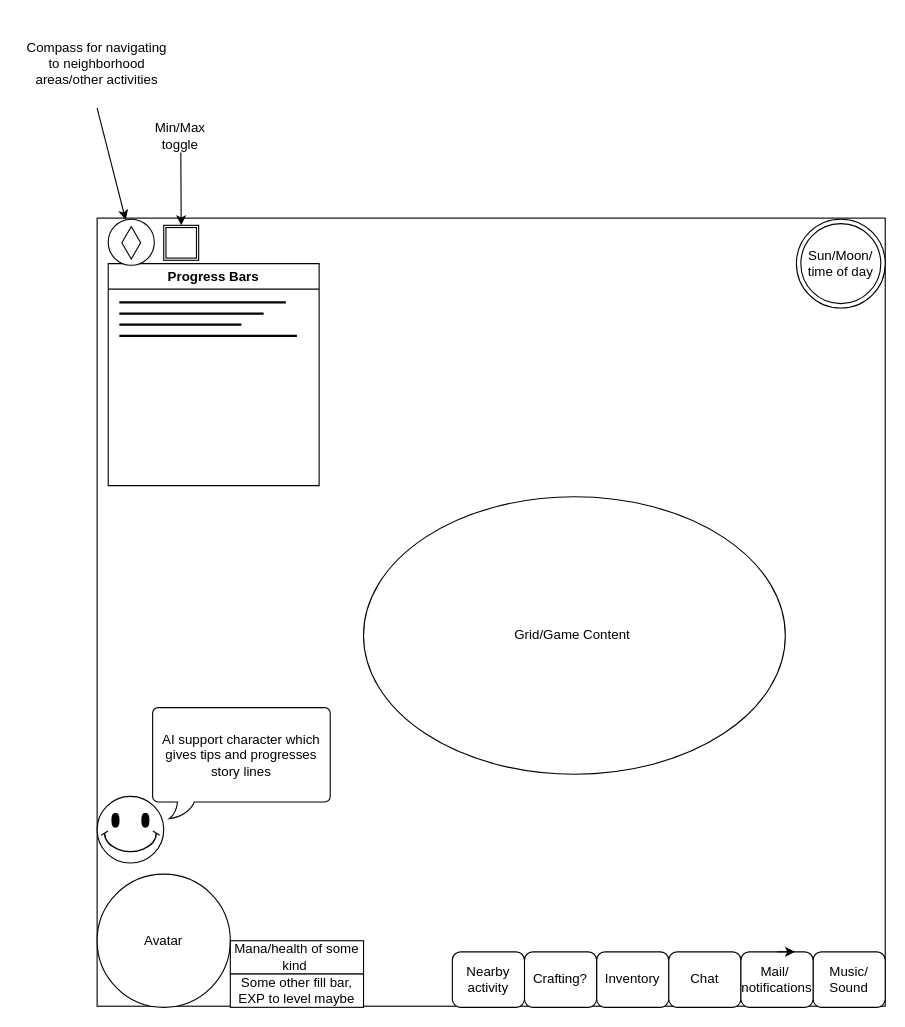
Before: My Garden Screen Wireframe.drawio in Dallon/InnerPlot, a draw.io diagram. Source tidied: cells renumbered, new cells numbered last; positions are measured from the earlier drawing's top-left corner, leaving out a move shared by most shapes. Both pictures are drawn from the tidied source at 111%, with x=0, y=0 at pixel (19, 19).
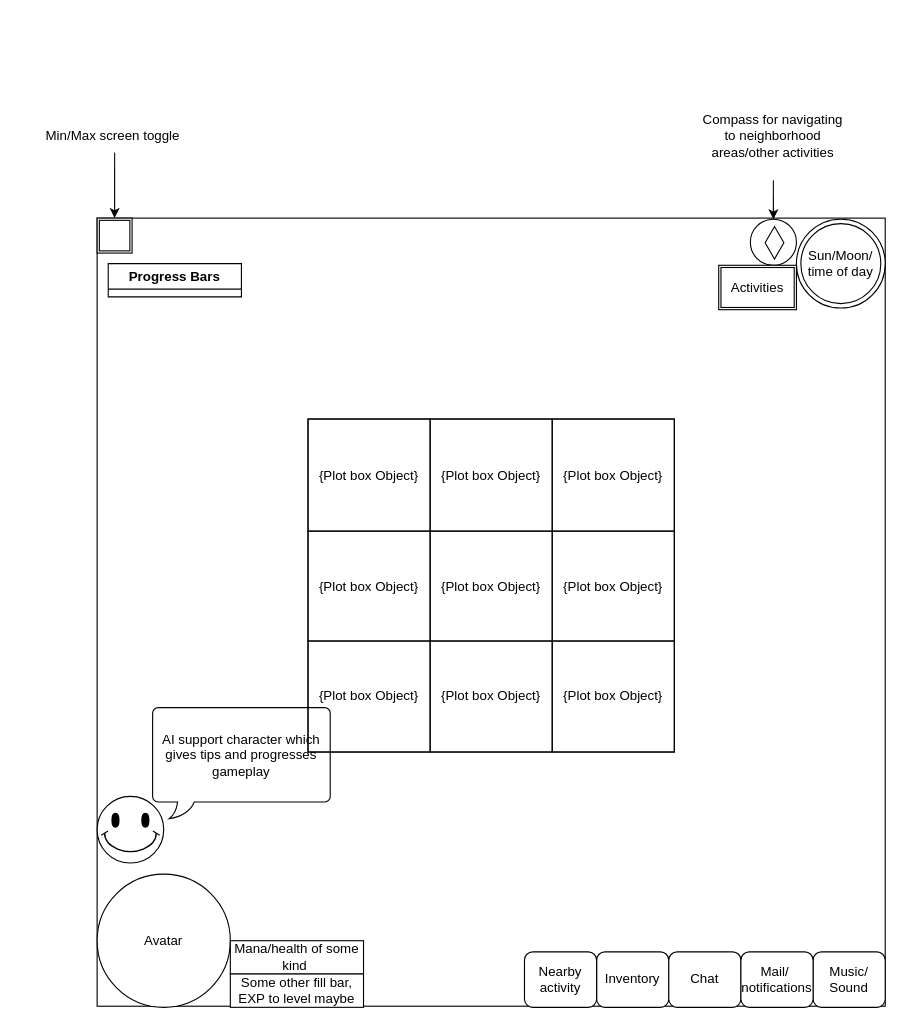
Above is the later version.

Commit message:
Added initial plot for plants in grid coordinate fashion, activities button, moved compass

Unchanged cells that the change refers to:
```xml
<mxCell id="11" value="Mail/&amp;nbsp; &lt;br&gt;notifications&lt;br&gt;" style="rounded=1;whiteSpace=wrap;html=1;" parent="1" vertex="1">
  <mxGeometry x="650" y="840" width="65" height="50" as="geometry" />
</mxCell>
```

The edit, as a diff of the source:
```diff
@@
-    <mxCell id="5" value="Progress Bars" style="swimlane;whiteSpace=wrap;html=1;" parent="1" vertex="1">
-      <mxGeometry x="80" y="220" width="190" height="200" as="geometry" />
+    <mxCell id="5" value="Progress Bars" style="swimlane;whiteSpace=wrap;html=1;" parent="1" vertex="1" collapsed="1">
+      <mxGeometry x="80" y="220" width="120" height="30" as="geometry" />
     </mxCell>
-    <mxCell id="6" style="line;strokeWidth=2;html=1;" parent="5" vertex="1">
-      <mxGeometry x="10" y="30" width="150" height="10" as="geometry" />
-    </mxCell>
-    <mxCell id="7" style="line;strokeWidth=2;html=1;fillColor=#54FF54;" parent="5" vertex="1">
-      <mxGeometry x="10" y="40" width="130" height="10" as="geometry" />
-    </mxCell>
-    <mxCell id="8" style="line;strokeWidth=2;html=1;" parent="5" vertex="1">
-      <mxGeometry x="10" y="50" width="110" height="10" as="geometry" />
-    </mxCell>
-    <mxCell id="9" style="line;strokeWidth=2;html=1;fillColor=#CCFF99;" parent="5" vertex="1">
-      <mxGeometry x="10" y="60" width="160" height="10" as="geometry" />
-    </mxCell>
@@
-    <mxCell id="12" style="edgeStyle=orthogonalEdgeStyle;rounded=0;orthogonalLoop=1;jettySize=auto;html=1;exitX=0.5;exitY=0;exitDx=0;exitDy=0;entryX=0.75;entryY=0;entryDx=0;entryDy=0;" parent="1" edge="1" source="11" target="11">
-      <mxGeometry relative="1" as="geometry" />
-    </mxCell>
@@
-    <mxCell id="16" value="Crafting?" style="rounded=1;whiteSpace=wrap;html=1;" parent="1" vertex="1">
-      <mxGeometry x="455" y="840" width="65" height="50" as="geometry" />
-    </mxCell>
-    <mxCell id="17" value="AI support character which gives tips and progresses story lines" style="whiteSpace=wrap;html=1;shape=mxgraph.basic.roundRectCallout;dx=30;dy=15;size=5;boundedLbl=1;" parent="1" vertex="1">
+    <mxCell id="17" value="AI support character which gives tips and progresses gameplay" style="whiteSpace=wrap;html=1;shape=mxgraph.basic.roundRectCallout;dx=30;dy=15;size=5;boundedLbl=1;" parent="1" vertex="1">
       <mxGeometry x="120" y="620" width="160" height="100" as="geometry" />
     </mxCell>
@@
     <mxCell id="19" style="shape=ext;double=1;whiteSpace=wrap;html=1;" parent="1" vertex="1">
-      <mxGeometry x="130" y="185.5" width="31.5" height="31.5" as="geometry" />
+      <mxGeometry x="70" y="179" width="31.5" height="31.5" as="geometry" />
     </mxCell>
@@
     <mxCell id="21" style="ellipse;whiteSpace=wrap;html=1;" parent="1" vertex="1">
-      <mxGeometry x="80" y="180" width="41.5" height="41.5" as="geometry" />
+      <mxGeometry x="658.5" y="180" width="41.5" height="41.5" as="geometry" />
     </mxCell>
     <mxCell id="22" style="html=1;whiteSpace=wrap;shape=isoRectangle;rotation=-90;" parent="1" vertex="1">
-      <mxGeometry x="86.1" y="192.4" width="29.3" height="17.6" as="geometry" />
+      <mxGeometry x="665.6" y="192.4" width="29.3" height="17.6" as="geometry" />
     </mxCell>
@@
-    <mxCell id="24" value="Min/Max toggle" style="text;strokeColor=none;align=center;fillColor=none;html=1;verticalAlign=middle;whiteSpace=wrap;rounded=0;" parent="1" vertex="1">
-      <mxGeometry x="115.4" y="90" width="60" height="30" as="geometry" />
+    <mxCell id="24" value="Min/Max screen toggle&amp;nbsp;" style="text;strokeColor=none;align=center;fillColor=none;html=1;verticalAlign=middle;whiteSpace=wrap;rounded=0;" parent="1" vertex="1">
+      <mxGeometry x="15.8" y="90" width="140" height="30" as="geometry" />
     </mxCell>
@@
     <mxCell id="26" value="Compass for navigating to neighborhood areas/other activities&lt;br&gt;" style="text;strokeColor=none;align=center;fillColor=none;html=1;verticalAlign=middle;whiteSpace=wrap;rounded=0;" parent="1" vertex="1">
-      <mxGeometry width="140" height="80" as="geometry" />
+      <mxGeometry x="609.2" y="65" width="140" height="80" as="geometry" />
     </mxCell>
     <mxCell id="27" value="Nearby activity" style="rounded=1;whiteSpace=wrap;html=1;" parent="1" vertex="1">
-      <mxGeometry x="390" y="840" width="65" height="50" as="geometry" />
+      <mxGeometry x="455" y="840" width="65" height="50" as="geometry" />
     </mxCell>
-    <mxCell id="28" value="Grid/Game Content&amp;nbsp;" style="ellipse;whiteSpace=wrap;html=1;align=center;newEdgeStyle={&quot;edgeStyle&quot;:&quot;entityRelationEdgeStyle&quot;,&quot;startArrow&quot;:&quot;none&quot;,&quot;endArrow&quot;:&quot;none&quot;,&quot;segment&quot;:10,&quot;curved&quot;:1,&quot;sourcePerimeterSpacing&quot;:0,&quot;targetPerimeterSpacing&quot;:0};" parent="1" vertex="1">
-      <mxGeometry x="310" y="430" width="380" height="250" as="geometry" />
-    </mxCell>
+    <mxCell id="29" style="childLayout=tableLayout;shadow=0;fillColor=none;" parent="1" vertex="1">
+      <mxGeometry x="260" y="360" width="330" height="300" as="geometry" />
+    </mxCell>
+    <mxCell id="30" style="shape=tableRow;horizontal=0;startSize=0;swimlaneHead=0;swimlaneBody=0;top=0;left=0;bottom=0;right=0;fontStyle=0;fillColor=none;strokeColor=inherit;" parent="29" vertex="1">
+      <mxGeometry width="330" height="101" as="geometry" />
+    </mxCell>
+    <mxCell id="31" value="{Plot box Object}" style="strokeColor=inherit;fillColor=none;align=center;whiteSpace=wrap;html=1;" parent="30" vertex="1">
+      <mxGeometry width="110" height="101" as="geometry" />
+    </mxCell>
+    <mxCell id="32" value="{Plot box Object}" style="strokeColor=inherit;fillColor=none;align=center;whiteSpace=wrap;html=1;" parent="30" vertex="1">
+      <mxGeometry x="110" width="110" height="101" as="geometry" />
+    </mxCell>
+    <mxCell id="33" value="{Plot box Object}" style="strokeColor=inherit;fillColor=none;align=center;whiteSpace=wrap;html=1;" parent="30" vertex="1">
+      <mxGeometry x="220" width="110" height="101" as="geometry" />
+    </mxCell>
+    <mxCell id="34" style="shape=tableRow;horizontal=0;startSize=0;swimlaneHead=0;swimlaneBody=0;top=0;left=0;bottom=0;right=0;fontStyle=0;fillColor=none;strokeColor=inherit;" parent="29" vertex="1">
+      <mxGeometry y="101" width="330" height="99" as="geometry" />
+    </mxCell>
+    <mxCell id="35" value="{Plot box Object}" style="strokeColor=inherit;fillColor=none;align=center;whiteSpace=wrap;html=1;" parent="34" vertex="1">
+      <mxGeometry width="110" height="99" as="geometry" />
+    </mxCell>
+    <mxCell id="36" value="{Plot box Object}" style="strokeColor=inherit;fillColor=none;align=center;whiteSpace=wrap;html=1;" parent="34" vertex="1">
+      <mxGeometry x="110" width="110" height="99" as="geometry" />
+    </mxCell>
+    <mxCell id="37" value="{Plot box Object}" style="strokeColor=inherit;fillColor=none;align=center;whiteSpace=wrap;html=1;" parent="34" vertex="1">
+      <mxGeometry x="220" width="110" height="99" as="geometry" />
+    </mxCell>
+    <mxCell id="38" style="shape=tableRow;horizontal=0;startSize=0;swimlaneHead=0;swimlaneBody=0;top=0;left=0;bottom=0;right=0;fontStyle=0;fillColor=none;strokeColor=inherit;" parent="29" vertex="1">
+      <mxGeometry y="200" width="330" height="100" as="geometry" />
+    </mxCell>
+    <mxCell id="39" value="{Plot box Object}" style="strokeColor=inherit;fillColor=none;align=center;whiteSpace=wrap;html=1;" parent="38" vertex="1">
+      <mxGeometry width="110" height="100" as="geometry" />
+    </mxCell>
+    <mxCell id="40" value="{Plot box Object}" style="strokeColor=inherit;fillColor=none;align=center;whiteSpace=wrap;html=1;" parent="38" vertex="1">
+      <mxGeometry x="110" width="110" height="100" as="geometry" />
+    </mxCell>
+    <mxCell id="41" value="{Plot box Object}" style="strokeColor=inherit;fillColor=none;align=center;whiteSpace=wrap;html=1;" parent="38" vertex="1">
+      <mxGeometry x="220" width="110" height="100" as="geometry" />
+    </mxCell>
+    <mxCell id="42" value="Activities" style="shape=ext;double=1;rounded=0;whiteSpace=wrap;html=1;" parent="1" vertex="1">
+      <mxGeometry x="630" y="221.5" width="70" height="40" as="geometry" />
+    </mxCell>
```
